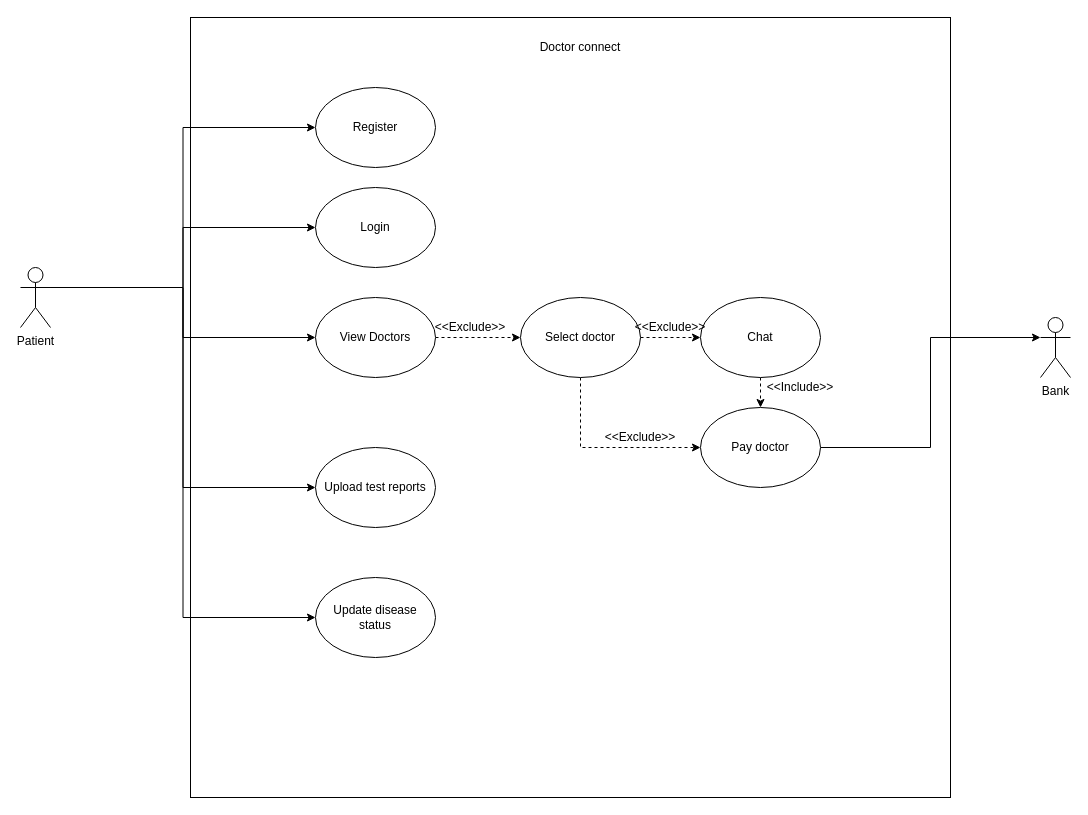
This is page "Patient" (3 of 5) of STQA.drawio from MohitBurkule/doctorconnect, a draw.io file, before an edit. Source tidied: cells renumbered, new cells numbered last; positions are measured from the earlier drawing's top-left corner, leaving out a move shared by most shapes. Both pictures are drawn from the tidied source at 100%, with x=0, y=0 at pixel (20, 17).
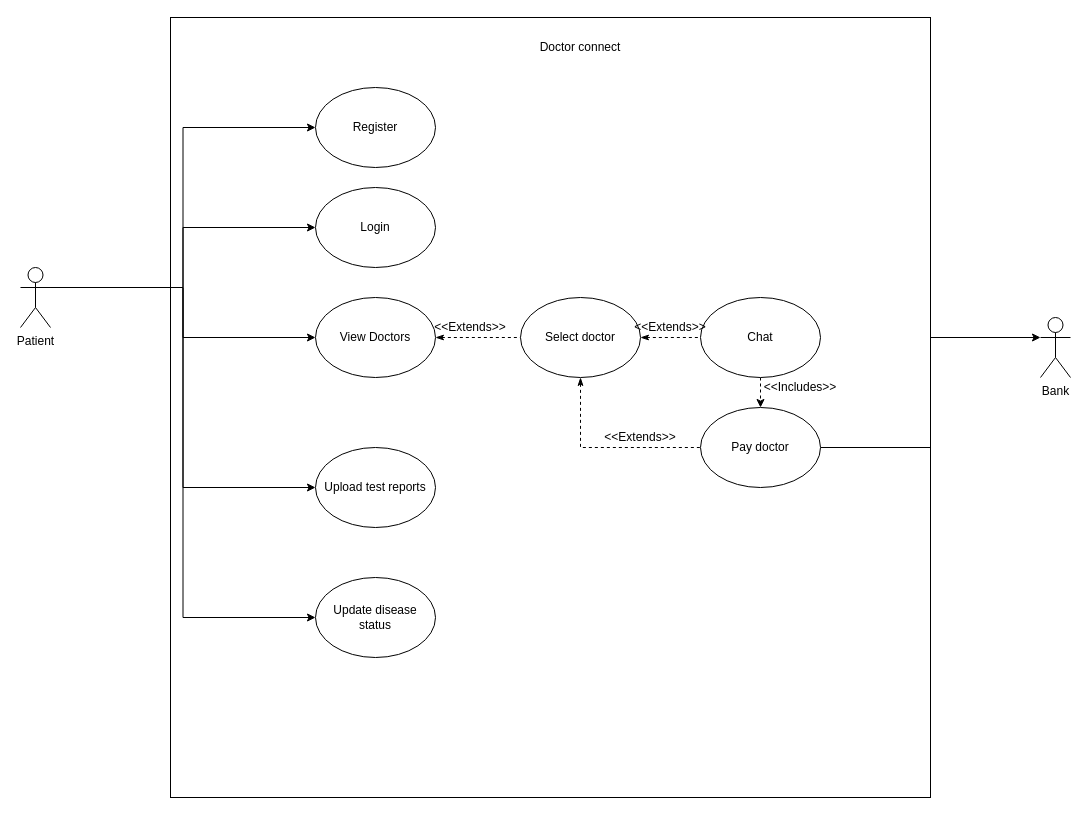
Above is the later version.

Commit message (it also covers changes not shown here):
corrented includes extends relationship

The change refers to these unchanged cells:
```xml
<mxCell id="12" value="View Doctors" style="ellipse;whiteSpace=wrap;html=1;" parent="1" vertex="1">
  <mxGeometry x="295" y="280" width="120" height="80" as="geometry" />
</mxCell>
<mxCell id="17" value="Select doctor" style="ellipse;whiteSpace=wrap;html=1;" parent="1" vertex="1">
  <mxGeometry x="500" y="280" width="120" height="80" as="geometry" />
</mxCell>
<mxCell id="19" value="Chat" style="ellipse;whiteSpace=wrap;html=1;" parent="1" vertex="1">
  <mxGeometry x="680" y="280" width="120" height="80" as="geometry" />
</mxCell>
<mxCell id="21" value="Pay doctor" style="ellipse;whiteSpace=wrap;html=1;" parent="1" vertex="1">
  <mxGeometry x="680" y="390" width="120" height="80" as="geometry" />
</mxCell>
```

Change to the diagram source:
```diff
@@
     <mxCell id="2" style="rounded=0;whiteSpace=wrap;html=1;" parent="1" vertex="1">
-      <mxGeometry x="170" width="760" height="780" as="geometry" />
+      <mxGeometry x="150" width="760" height="780" as="geometry" />
     </mxCell>
@@
-    <mxCell id="11" style="edgeStyle=orthogonalEdgeStyle;rounded=0;jettySize=auto;html=1;exitX=1;exitY=0.5;exitDx=0;exitDy=0;entryX=0;entryY=0.5;entryDx=0;entryDy=0;dashed=1;" parent="1" edge="1" source="12" target="17">
+    <mxCell id="11" style="edgeStyle=orthogonalEdgeStyle;rounded=0;jettySize=auto;html=1;exitX=1;exitY=0.5;exitDx=0;exitDy=0;entryX=0;entryY=0.5;entryDx=0;entryDy=0;dashed=1;startArrow=classicThin;startFill=1;endArrow=none;endFill=0;" parent="1" edge="1" source="12" target="17">
       <mxGeometry relative="1" as="geometry" />
     </mxCell>
@@
-    <mxCell id="15" style="edgeStyle=orthogonalEdgeStyle;rounded=0;jettySize=auto;html=1;exitX=1;exitY=0.5;exitDx=0;exitDy=0;entryX=0;entryY=0.5;entryDx=0;entryDy=0;dashed=1;" parent="1" edge="1" source="17" target="19">
+    <mxCell id="15" style="edgeStyle=orthogonalEdgeStyle;rounded=0;jettySize=auto;html=1;exitX=1;exitY=0.5;exitDx=0;exitDy=0;entryX=0;entryY=0.5;entryDx=0;entryDy=0;dashed=1;startArrow=classicThin;startFill=1;endArrow=none;endFill=0;" parent="1" edge="1" source="17" target="19">
       <mxGeometry relative="1" as="geometry" />
     </mxCell>
-    <mxCell id="16" style="edgeStyle=orthogonalEdgeStyle;rounded=0;jettySize=auto;html=1;exitX=0.5;exitY=1;exitDx=0;exitDy=0;entryX=0;entryY=0.5;entryDx=0;entryDy=0;dashed=1;" parent="1" edge="1" source="17" target="21">
+    <mxCell id="16" style="edgeStyle=orthogonalEdgeStyle;rounded=0;jettySize=auto;html=1;exitX=0.5;exitY=1;exitDx=0;exitDy=0;entryX=0;entryY=0.5;entryDx=0;entryDy=0;dashed=1;startArrow=classicThin;startFill=1;endArrow=none;endFill=0;" parent="1" edge="1" source="17" target="21">
       <mxGeometry relative="1" as="geometry" />
     </mxCell>
@@
-    <mxCell id="23" value="&amp;lt;&amp;lt;Exclude&amp;gt;&amp;gt;" style="text;html=1;strokeColor=none;fillColor=none;align=center;verticalAlign=middle;whiteSpace=wrap;rounded=0;" parent="1" vertex="1">
+    <mxCell id="23" value="&amp;lt;&amp;lt;Extends&amp;gt;&amp;gt;" style="text;html=1;strokeColor=none;fillColor=none;align=center;verticalAlign=middle;whiteSpace=wrap;rounded=0;" parent="1" vertex="1">
       <mxGeometry x="430" y="300" width="40" height="20" as="geometry" />
     </mxCell>
-    <mxCell id="24" value="&amp;lt;&amp;lt;Exclude&amp;gt;&amp;gt;" style="text;html=1;strokeColor=none;fillColor=none;align=center;verticalAlign=middle;whiteSpace=wrap;rounded=0;" parent="1" vertex="1">
+    <mxCell id="24" value="&amp;lt;&amp;lt;Extends&amp;gt;&amp;gt;" style="text;html=1;strokeColor=none;fillColor=none;align=center;verticalAlign=middle;whiteSpace=wrap;rounded=0;" parent="1" vertex="1">
       <mxGeometry x="630" y="300" width="40" height="20" as="geometry" />
     </mxCell>
-    <mxCell id="25" value="&amp;lt;&amp;lt;Exclude&amp;gt;&amp;gt;" style="text;html=1;strokeColor=none;fillColor=none;align=center;verticalAlign=middle;whiteSpace=wrap;rounded=0;" parent="1" vertex="1">
+    <mxCell id="25" value="&amp;lt;&amp;lt;Extends&amp;gt;&amp;gt;" style="text;html=1;strokeColor=none;fillColor=none;align=center;verticalAlign=middle;whiteSpace=wrap;rounded=0;" parent="1" vertex="1">
       <mxGeometry x="600" y="410" width="40" height="20" as="geometry" />
     </mxCell>
-    <mxCell id="26" value="&amp;lt;&amp;lt;Include&amp;gt;&amp;gt;" style="text;html=1;strokeColor=none;fillColor=none;align=center;verticalAlign=middle;whiteSpace=wrap;rounded=0;" parent="1" vertex="1">
+    <mxCell id="26" value="&amp;lt;&amp;lt;Includes&amp;gt;&amp;gt;" style="text;html=1;strokeColor=none;fillColor=none;align=center;verticalAlign=middle;whiteSpace=wrap;rounded=0;" parent="1" vertex="1">
       <mxGeometry x="760" y="360" width="40" height="20" as="geometry" />
     </mxCell>
```
